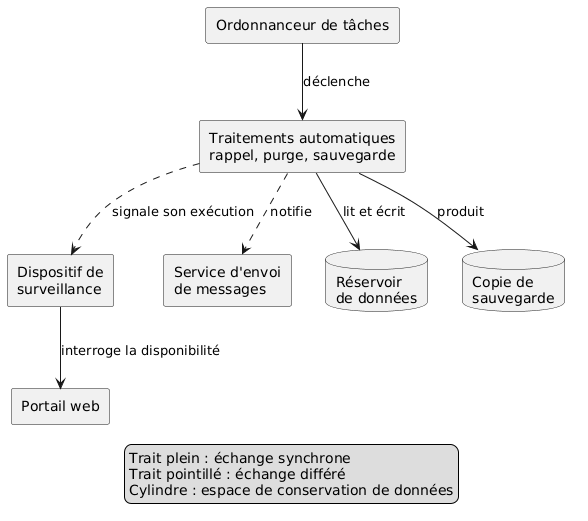
Before: docs/conception/diagrammes/architecture-conceptuelle-exploitation.png, a diagram exported from PlantUML (sgahovey/creaslot). The source it was exported from:
```plantuml
@startuml
skinparam componentStyle rectangle
skinparam shadowing false
skinparam defaultFontName Sans

component "Ordonnanceur de tâches" as ORDO
component "Traitements automatiques\nrappel, purge, sauvegarde" as AUTO
component "Portail web" as PORTAIL
component "Dispositif de\nsurveillance" as SURV
component "Service d'envoi\nde messages" as MSG
database "Réservoir\nde données" as DONNEES
database "Copie de\nsauvegarde" as ARCHIVE

ORDO --> AUTO : déclenche
AUTO --> DONNEES : lit et écrit
AUTO --> ARCHIVE : produit
AUTO ..> MSG : notifie
AUTO ..> SURV : signale son exécution
SURV --> PORTAIL : interroge la disponibilité

legend bottom
  Trait plein : échange synchrone
  Trait pointillé : échange différé
  Cylindre : espace de conservation de données
endlegend
@enduml
```
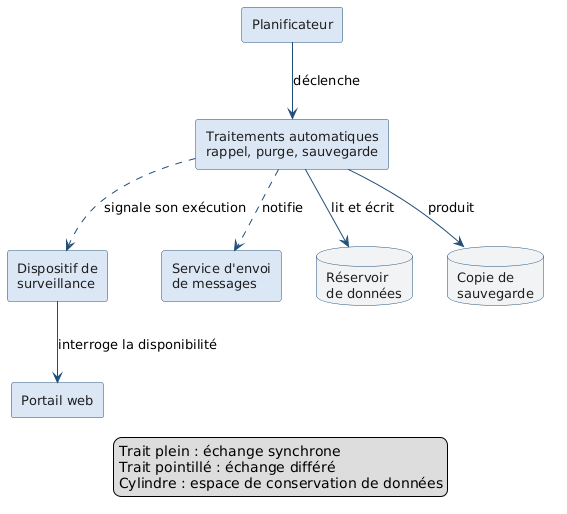
The same diagram one commit later.

Change to the diagram source:
```diff
@@ -2,8 +2,34 @@
 skinparam componentStyle rectangle
 skinparam shadowing false
 skinparam defaultFontName Sans
+skinparam defaultFontSize 13
+skinparam component {
+  BorderColor #1F4E79
+  BackgroundColor #DCE7F5
+  FontColor #1E1E1E
+}
+skinparam database {
+  BorderColor #1F4E79
+  BackgroundColor #F1F3F5
+  FontColor #1E1E1E
+}
+skinparam actor {
+  BorderColor #1F4E79
+  FontColor #1E1E1E
+}
+skinparam package {
+  BorderColor #1F4E79
+  BackgroundColor #FFFFFF
+  FontColor #1E1E1E
+}
+skinparam ArrowColor #1F4E79
+skinparam note {
+  BorderColor #1F4E79
+  BackgroundColor #F1F3F5
+  FontColor #1E1E1E
+}
 
-component "Ordonnanceur de tâches" as ORDO
+component "Planificateur" as ORDO
 component "Traitements automatiques\nrappel, purge, sauvegarde" as AUTO
 component "Portail web" as PORTAIL
 component "Dispositif de\nsurveillance" as SURV
```
